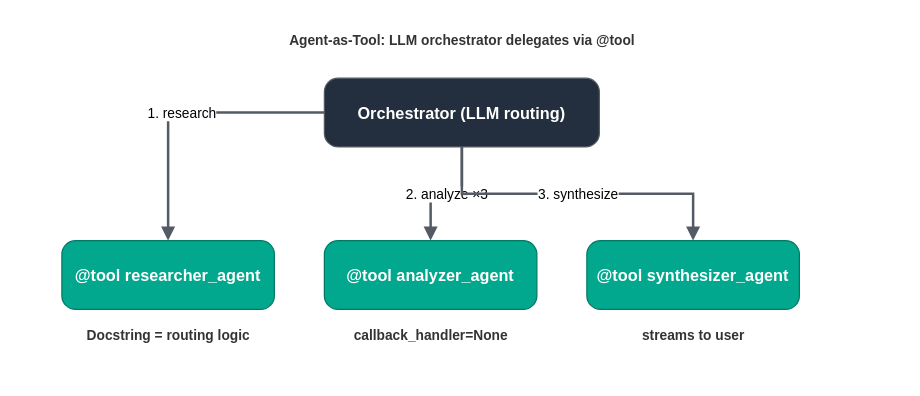
The draw.io diagram samples/06-agent-as-tool/architecture.drawio in aws-samples/sample-multi-agent-systems-with-strands-workshop, before the edit. Source tidied: cells renumbered, new cells numbered last; positions are measured from the earlier drawing's top-left corner, leaving out a move shared by most shapes. Both pictures are drawn from the tidied source at 125%, with x=0, y=0 at pixel (24, 21).
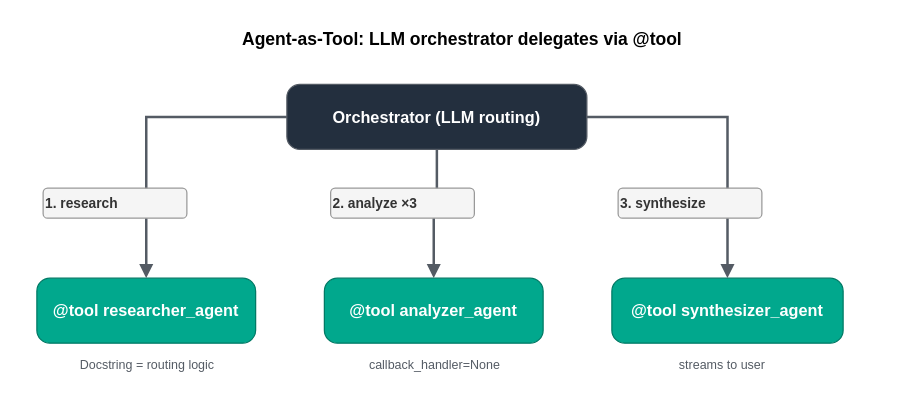
The same page after the edit.

What changed in the source:
```diff
@@
 <mxGraphModel>
   <root>
     <mxCell id="0" />
     <mxCell id="1" parent="0" />
-    <mxCell id="2" value="Agent-as-Tool: LLM orchestrator delegates via @tool" style="text;html=1;align=center;verticalAlign=middle;fontSize=11;fontStyle=1;fillColor=#ffffff;strokeColor=none;fontColor=#333333;" parent="1" vertex="1">
-      <mxGeometry width="700" height="30" as="geometry" />
+    <mxCell id="2" value="Agent-as-Tool: LLM orchestrator delegates via @tool" style="text;html=1;align=center;verticalAlign=middle;fontSize=14;fontStyle=1;fillColor=none;strokeColor=none;" parent="1" vertex="1">
+      <mxGeometry width="700" height="28" as="geometry" />
     </mxCell>
     <mxCell id="3" value="Orchestrator (LLM routing)" style="rounded=1;whiteSpace=wrap;html=1;fillColor=#232F3E;strokeColor=#545B64;fontColor=#ffffff;fontSize=13;fontStyle=1;arcSize=20;" parent="1" vertex="1">
-      <mxGeometry x="240" y="45" width="220" height="55" as="geometry" />
+      <mxGeometry x="210" y="50" width="240" height="52" as="geometry" />
     </mxCell>
     <mxCell id="4" value="@tool researcher_agent" style="rounded=1;whiteSpace=wrap;html=1;fillColor=#01A88D;strokeColor=#017A65;fontColor=#ffffff;fontSize=13;fontStyle=1;arcSize=20;" parent="1" vertex="1">
-      <mxGeometry x="30" y="175" width="170" height="55" as="geometry" />
+      <mxGeometry x="10" y="205" width="175" height="52" as="geometry" />
     </mxCell>
     <mxCell id="5" value="@tool analyzer_agent" style="rounded=1;whiteSpace=wrap;html=1;fillColor=#01A88D;strokeColor=#017A65;fontColor=#ffffff;fontSize=13;fontStyle=1;arcSize=20;" parent="1" vertex="1">
-      <mxGeometry x="240" y="175" width="170" height="55" as="geometry" />
+      <mxGeometry x="240" y="205" width="175" height="52" as="geometry" />
     </mxCell>
     <mxCell id="6" value="@tool synthesizer_agent" style="rounded=1;whiteSpace=wrap;html=1;fillColor=#01A88D;strokeColor=#017A65;fontColor=#ffffff;fontSize=13;fontStyle=1;arcSize=20;" parent="1" vertex="1">
-      <mxGeometry x="450" y="175" width="170" height="55" as="geometry" />
+      <mxGeometry x="470" y="205" width="185" height="52" as="geometry" />
     </mxCell>
-    <mxCell id="7" value="1. research" style="edgeStyle=orthogonalEdgeStyle;rounded=0;jettySize=auto;html=1;flowAnimation=1;strokeWidth=2;strokeColor=#545B64;endArrow=block;endFill=1;" parent="1" edge="1" source="3" target="4">
+    <mxCell id="7" style="edgeStyle=orthogonalEdgeStyle;rounded=0;jettySize=auto;html=1;flowAnimation=1;strokeWidth=2;strokeColor=#545B64;endArrow=block;endFill=1;" parent="1" edge="1" source="3" target="4">
       <mxGeometry relative="1" as="geometry" />
     </mxCell>
-    <mxCell id="8" value="2. analyze ×3" style="edgeStyle=orthogonalEdgeStyle;rounded=0;jettySize=auto;html=1;flowAnimation=1;strokeWidth=2;strokeColor=#545B64;endArrow=block;endFill=1;" parent="1" edge="1" source="3" target="5">
+    <mxCell id="8" style="edgeStyle=orthogonalEdgeStyle;rounded=0;jettySize=auto;html=1;flowAnimation=1;strokeWidth=2;strokeColor=#545B64;endArrow=block;endFill=1;" parent="1" edge="1" source="3" target="5">
       <mxGeometry relative="1" as="geometry" />
     </mxCell>
-    <mxCell id="9" value="3. synthesize" style="edgeStyle=orthogonalEdgeStyle;rounded=0;jettySize=auto;html=1;flowAnimation=1;strokeWidth=2;strokeColor=#545B64;endArrow=block;endFill=1;" parent="1" edge="1" source="3" target="6">
+    <mxCell id="9" style="edgeStyle=orthogonalEdgeStyle;rounded=0;jettySize=auto;html=1;flowAnimation=1;strokeWidth=2;strokeColor=#545B64;endArrow=block;endFill=1;" parent="1" edge="1" source="3" target="6">
       <mxGeometry relative="1" as="geometry" />
     </mxCell>
+    <mxCell id="13" value="1. research" style="text;html=1;align=left;verticalAlign=middle;fontSize=11;fontStyle=1;fillColor=#F5F5F5;strokeColor=#999999;rounded=1;fontColor=#333333;" parent="1" vertex="1">
+      <mxGeometry x="15" y="133" width="115" height="24" as="geometry" />
+    </mxCell>
+    <mxCell id="14" value="2. analyze ×3" style="text;html=1;align=left;verticalAlign=middle;fontSize=11;fontStyle=1;fillColor=#F5F5F5;strokeColor=#999999;rounded=1;fontColor=#333333;" parent="1" vertex="1">
+      <mxGeometry x="245" y="133" width="115" height="24" as="geometry" />
+    </mxCell>
+    <mxCell id="15" value="3. synthesize" style="text;html=1;align=left;verticalAlign=middle;fontSize=11;fontStyle=1;fillColor=#F5F5F5;strokeColor=#999999;rounded=1;fontColor=#333333;" parent="1" vertex="1">
+      <mxGeometry x="475" y="133" width="115" height="24" as="geometry" />
+    </mxCell>
-    <mxCell id="10" value="Docstring = routing logic" style="text;html=1;align=center;verticalAlign=middle;fontSize=11;fontStyle=1;fillColor=#ffffff;strokeColor=none;fontColor=#333333;" parent="1" vertex="1">
-      <mxGeometry x="30" y="240" width="170" height="22" as="geometry" />
+    <mxCell id="10" value="Docstring = routing logic" style="text;html=1;align=center;verticalAlign=middle;fontSize=10;fontStyle=0;fillColor=none;strokeColor=none;fontColor=#545B64;" parent="1" vertex="1">
+      <mxGeometry x="-2" y="265" width="200" height="18" as="geometry" />
     </mxCell>
-    <mxCell id="11" value="callback_handler=None" style="text;html=1;align=center;verticalAlign=middle;fontSize=11;fontStyle=1;fillColor=#ffffff;strokeColor=none;fontColor=#333333;" parent="1" vertex="1">
-      <mxGeometry x="240" y="240" width="170" height="22" as="geometry" />
+    <mxCell id="11" value="callback_handler=None" style="text;html=1;align=center;verticalAlign=middle;fontSize=10;fontStyle=0;fillColor=none;strokeColor=none;fontColor=#545B64;" parent="1" vertex="1">
+      <mxGeometry x="228" y="265" width="200" height="18" as="geometry" />
     </mxCell>
-    <mxCell id="12" value="streams to user" style="text;html=1;align=center;verticalAlign=middle;fontSize=11;fontStyle=1;fillColor=#ffffff;strokeColor=none;fontColor=#333333;" parent="1" vertex="1">
-      <mxGeometry x="450" y="240" width="170" height="22" as="geometry" />
+    <mxCell id="12" value="streams to user" style="text;html=1;align=center;verticalAlign=middle;fontSize=10;fontStyle=0;fillColor=none;strokeColor=none;fontColor=#545B64;" parent="1" vertex="1">
+      <mxGeometry x="458" y="265" width="200" height="18" as="geometry" />
     </mxCell>
   </root>
 </mxGraphModel>
```
